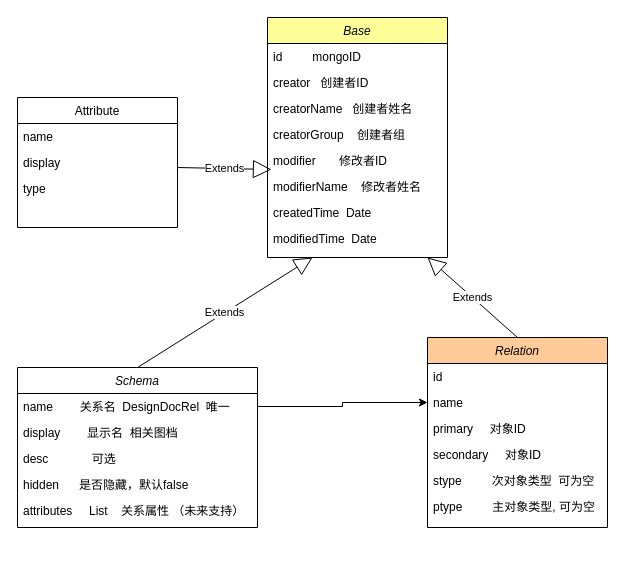
Above: emop-relation.drawio in lvmq/emop (draw.io), before the change. Source tidied: cells renumbered, new cells numbered last; positions are measured from the earlier drawing's top-left corner, leaving out a move shared by most shapes. Both pictures are drawn from the tidied source at 100%, with x=0, y=0 at pixel (17, 17).
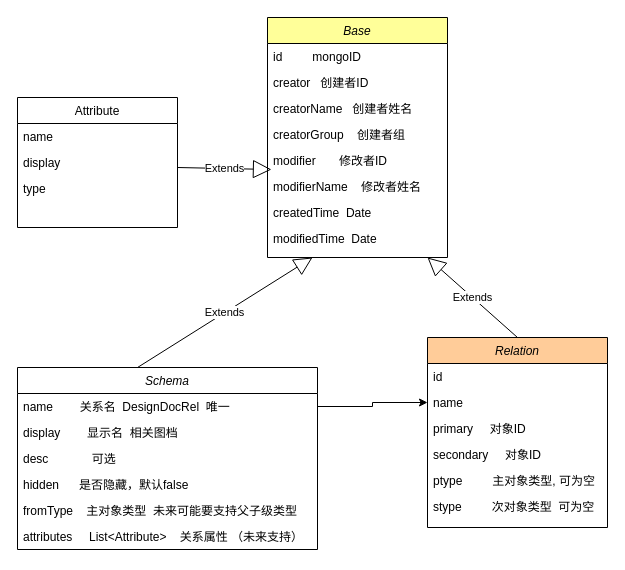
The same page after the edit.

Unchanged cells that the change refers to:
```xml
<mxCell id="13" value="Relation&#10;" style="swimlane;fontStyle=2;align=center;verticalAlign=top;horizontal=1;startSize=26;rounded=0;shadow=0;strokeWidth=1;fillColor=#FFCC99;" parent="1" vertex="1">
  <mxGeometry x="410" y="320" width="180" height="190" as="geometry" />
</mxCell>
```

The edit, as a diff of the source:
```diff
@@
     <mxCell id="2" value="Schema" style="swimlane;fontStyle=2;align=center;verticalAlign=top;horizontal=1;startSize=26;rounded=0;shadow=0;strokeWidth=1;" parent="1" vertex="1">
-      <mxGeometry y="350" width="240" height="160" as="geometry" />
+      <mxGeometry y="350" width="300" height="182" as="geometry" />
     </mxCell>
@@
     <mxCell id="4" value="name        关系名  DesignDocRel  唯一" style="text;align=left;verticalAlign=top;spacingLeft=4;spacingRight=4;overflow=hidden;points=[[0,0.5],[1,0.5]];portConstraint=eastwest;" parent="2" vertex="1">
-      <mxGeometry y="26" width="240" height="26" as="geometry" />
+      <mxGeometry y="26" width="300" height="26" as="geometry" />
     </mxCell>
     <mxCell id="5" value="display        显示名  相关图档" style="text;align=left;verticalAlign=top;spacingLeft=4;spacingRight=4;overflow=hidden;rounded=0;shadow=0;html=0;" parent="2" vertex="1">
-      <mxGeometry y="52" width="240" height="26" as="geometry" />
+      <mxGeometry y="52" width="300" height="26" as="geometry" />
     </mxCell>
     <mxCell id="6" value="desc             可选" style="text;align=left;verticalAlign=top;spacingLeft=4;spacingRight=4;overflow=hidden;rounded=0;shadow=0;html=0;" parent="2" vertex="1">
-      <mxGeometry y="78" width="240" height="26" as="geometry" />
+      <mxGeometry y="78" width="300" height="26" as="geometry" />
     </mxCell>
     <mxCell id="7" value="hidden      是否隐藏，默认false" style="text;align=left;verticalAlign=top;spacingLeft=4;spacingRight=4;overflow=hidden;rounded=0;shadow=0;html=0;" parent="2" vertex="1">
-      <mxGeometry y="104" width="240" height="26" as="geometry" />
+      <mxGeometry y="104" width="300" height="26" as="geometry" />
     </mxCell>
+    <mxCell id="32" value="fromType    主对象类型  未来可能要支持父子级类型" style="text;align=left;verticalAlign=top;spacingLeft=4;spacingRight=4;overflow=hidden;rounded=0;shadow=0;html=0;" parent="2" vertex="1">
+      <mxGeometry y="130" width="300" height="26" as="geometry" />
+    </mxCell>
-    <mxCell id="8" value="attributes     List    关系属性 （未来支持）" style="text;align=left;verticalAlign=top;spacingLeft=4;spacingRight=4;overflow=hidden;rounded=0;shadow=0;html=0;" parent="2" vertex="1">
-      <mxGeometry y="130" width="240" height="26" as="geometry" />
+    <mxCell id="8" value="attributes     List&lt;Attribute&gt;    关系属性 （未来支持）" style="text;align=left;verticalAlign=top;spacingLeft=4;spacingRight=4;overflow=hidden;rounded=0;shadow=0;html=0;" parent="2" vertex="1">
+      <mxGeometry y="156" width="300" height="26" as="geometry" />
     </mxCell>
@@
+    <mxCell id="19" value="ptype         主对象类型, 可为空" style="text;align=left;verticalAlign=top;spacingLeft=4;spacingRight=4;overflow=hidden;rounded=0;shadow=0;html=0;" parent="13" vertex="1">
+      <mxGeometry y="130" width="180" height="26" as="geometry" />
+    </mxCell>
     <mxCell id="18" value="stype         次对象类型  可为空" style="text;align=left;verticalAlign=top;spacingLeft=4;spacingRight=4;overflow=hidden;rounded=0;shadow=0;html=0;" parent="13" vertex="1">
-      <mxGeometry y="130" width="180" height="26" as="geometry" />
+      <mxGeometry y="156" width="180" height="26" as="geometry" />
     </mxCell>
-    <mxCell id="19" value="ptype         主对象类型, 可为空" style="text;align=left;verticalAlign=top;spacingLeft=4;spacingRight=4;overflow=hidden;rounded=0;shadow=0;html=0;" parent="13" vertex="1">
-      <mxGeometry y="156" width="180" height="26" as="geometry" />
-    </mxCell>
```
